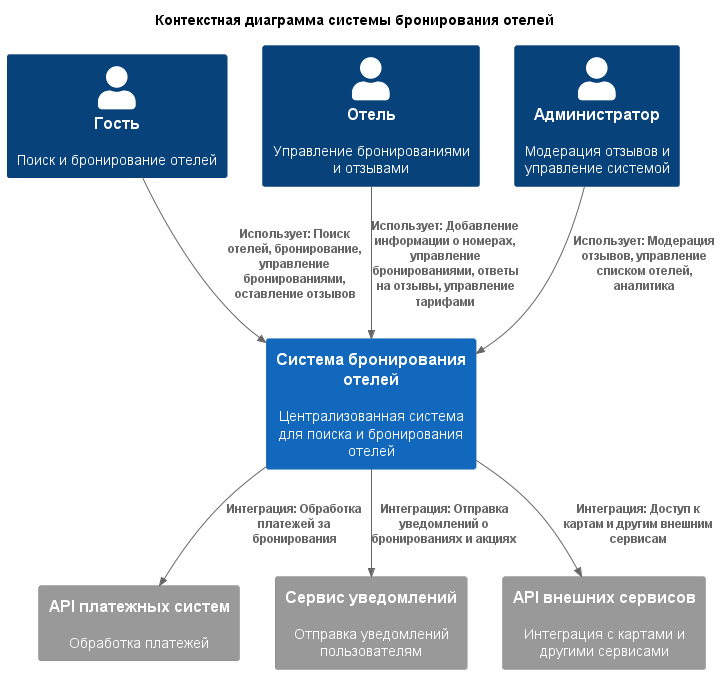
This is out/C4/1_context/Контекстная диаграмма.png from GornikMaria/SoftwareDevelopmentTechnology, a PlantUML export, as it was before one commit.
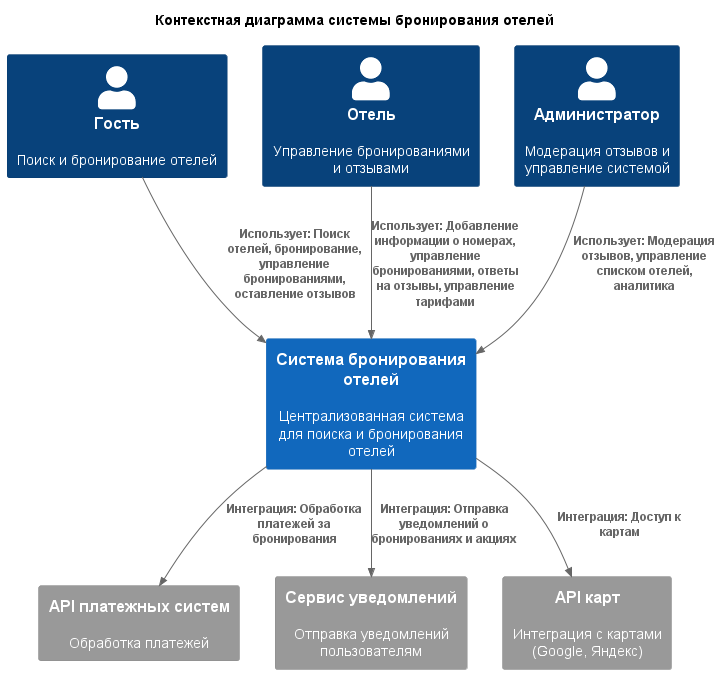
Later version of the same file.

Commit message:
правка по картам

What changed in the source:
```diff
@@ -13,7 +13,7 @@
 
 System_Ext(paymentAPI, "API платежных систем", "Обработка платежей")
 System_Ext(notificationService, "Сервис уведомлений", "Отправка уведомлений пользователям")
-System_Ext(externalAPI, "API внешних сервисов", "Интеграция с картами и другими сервисами")
+System_Ext(externalAPI, "API карт", "Интеграция с картами (Google, Яндекс)")
 
 Rel(guest, bookingSystem, "Использует: Поиск отелей, бронирование, управление бронированиями, оставление отзывов")
 Rel(hotel, bookingSystem, "Использует: Добавление информации о номерах, управление бронированиями, ответы на отзывы, управление тарифами")
@@ -21,6 +21,6 @@
 
 Rel(bookingSystem, notificationService, "Интеграция: Отправка уведомлений о бронированиях и акциях")
 Rel(bookingSystem, paymentAPI, "Интеграция: Обработка платежей за бронирования")
-Rel(bookingSystem, externalAPI, "Интеграция: Доступ к картам и другим внешним сервисам")
+Rel(bookingSystem, externalAPI, "Интеграция: Доступ к картам")
 
 @enduml
```
